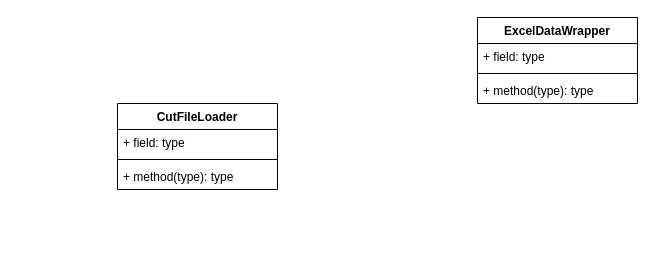
YaolinGe/OD keeps this draw.io diagram as design/architecture.drawio. Above is the earlier version. Source tidied: cells renumbered, new cells numbered last; positions are measured from the earlier drawing's top-left corner, leaving out a move shared by most shapes. Both pictures are drawn from the tidied source at 100%, with x=0, y=0 at pixel (117, 17).
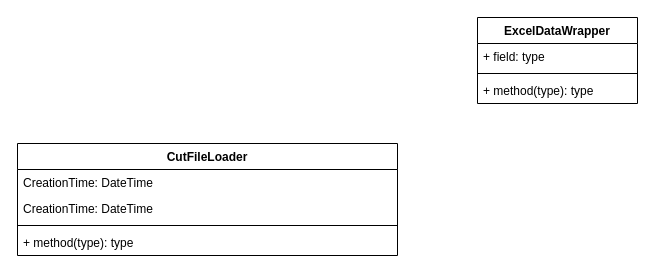
The same diagram, later.

Change to the diagram source:
```diff
@@
 <mxGraphModel>
   <root>
     <mxCell id="0" />
     <mxCell id="1" parent="0" />
     <mxCell id="2" value="CutFileLoader&lt;br&gt;" style="swimlane;fontStyle=1;align=center;verticalAlign=top;horizontal=1;startSize=26;whiteSpace=wrap;html=1;" parent="1" vertex="1">
-      <mxGeometry y="86" width="160" height="86" as="geometry" />
+      <mxGeometry x="-100" y="126" width="380" height="112" as="geometry" />
     </mxCell>
-    <mxCell id="3" value="+ field: type" style="text;strokeColor=none;fillColor=none;align=left;verticalAlign=top;spacingLeft=4;spacingRight=4;overflow=hidden;whiteSpace=wrap;html=1;" parent="2" vertex="1">
-      <mxGeometry y="26" width="160" height="26" as="geometry" />
+    <mxCell id="3" value="CreationTime: DateTime" style="text;strokeColor=none;fillColor=none;align=left;verticalAlign=top;spacingLeft=4;spacingRight=4;overflow=hidden;whiteSpace=wrap;html=1;" parent="2" vertex="1">
+      <mxGeometry y="26" width="380" height="26" as="geometry" />
     </mxCell>
+    <mxCell id="10" value="CreationTime: DateTime" style="text;strokeColor=none;fillColor=none;align=left;verticalAlign=top;spacingLeft=4;spacingRight=4;overflow=hidden;whiteSpace=wrap;html=1;" parent="2" vertex="1">
+      <mxGeometry y="52" width="380" height="26" as="geometry" />
+    </mxCell>
     <mxCell id="4" style="line;strokeWidth=1;fillColor=none;align=left;verticalAlign=middle;spacingTop=-1;spacingLeft=3;spacingRight=3;labelPosition=right;strokeColor=inherit;" parent="2" vertex="1">
-      <mxGeometry y="52" width="160" height="8" as="geometry" />
+      <mxGeometry y="78" width="380" height="8" as="geometry" />
     </mxCell>
     <mxCell id="5" value="+ method(type): type" style="text;strokeColor=none;fillColor=none;align=left;verticalAlign=top;spacingLeft=4;spacingRight=4;overflow=hidden;whiteSpace=wrap;html=1;" parent="2" vertex="1">
-      <mxGeometry y="60" width="160" height="26" as="geometry" />
+      <mxGeometry y="86" width="380" height="26" as="geometry" />
     </mxCell>
     <mxCell id="6" value="ExcelDataWrapper" style="swimlane;fontStyle=1;align=center;verticalAlign=top;horizontal=1;startSize=26;whiteSpace=wrap;html=1;" parent="1" vertex="1">
       <mxGeometry x="360" width="160" height="86" as="geometry" />
     </mxCell>
     <mxCell id="7" value="+ field: type" style="text;strokeColor=none;fillColor=none;align=left;verticalAlign=top;spacingLeft=4;spacingRight=4;overflow=hidden;whiteSpace=wrap;html=1;" parent="6" vertex="1">
       <mxGeometry y="26" width="160" height="26" as="geometry" />
     </mxCell>
     <mxCell id="8" style="line;strokeWidth=1;fillColor=none;align=left;verticalAlign=middle;spacingTop=-1;spacingLeft=3;spacingRight=3;labelPosition=right;strokeColor=inherit;" parent="6" vertex="1">
       <mxGeometry y="52" width="160" height="8" as="geometry" />
     </mxCell>
     <mxCell id="9" value="+ method(type): type" style="text;strokeColor=none;fillColor=none;align=left;verticalAlign=top;spacingLeft=4;spacingRight=4;overflow=hidden;whiteSpace=wrap;html=1;" parent="6" vertex="1">
       <mxGeometry y="60" width="160" height="26" as="geometry" />
     </mxCell>
   </root>
 </mxGraphModel>
```
